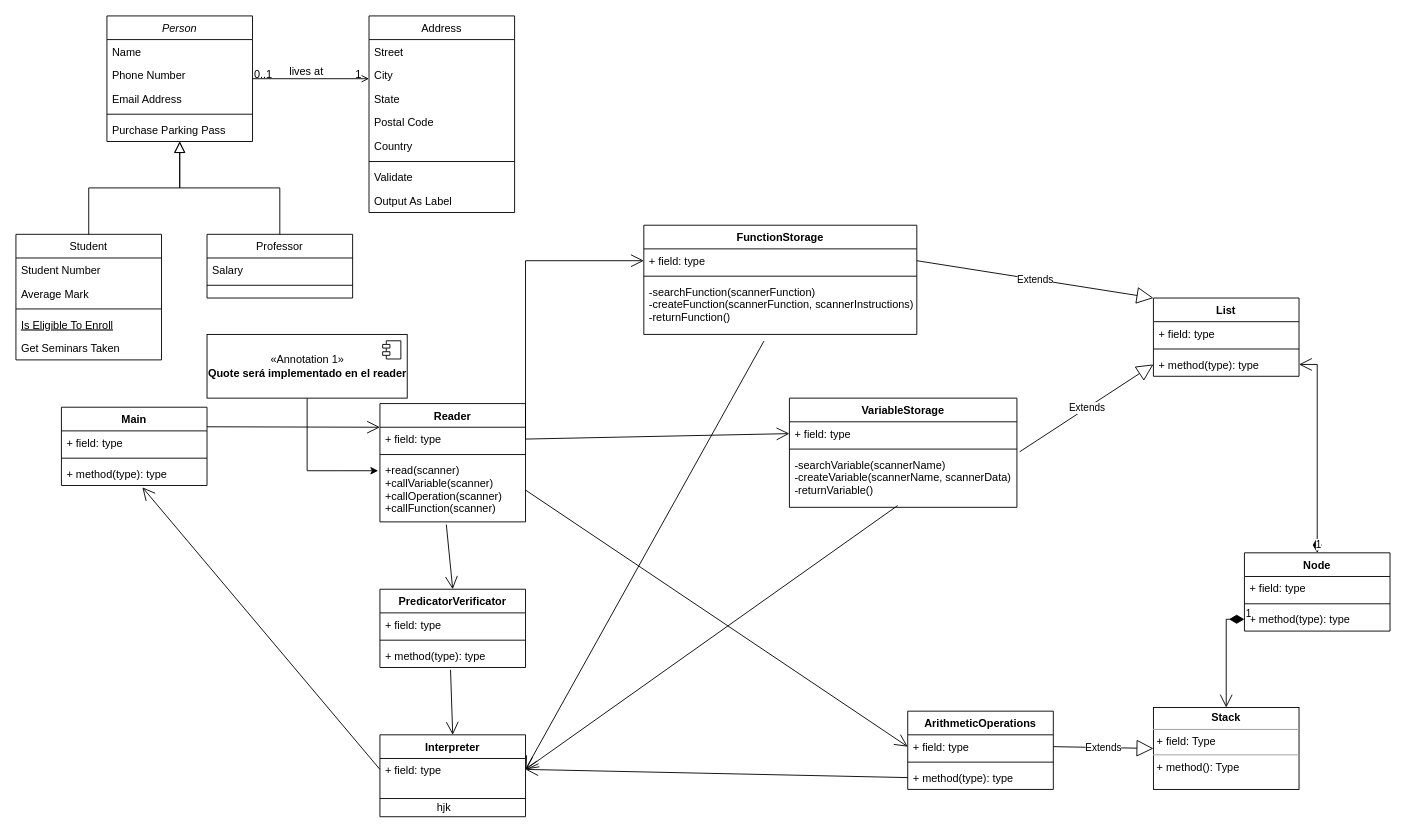
The draw.io diagram Untitled Diagram.drawio in DiggsPapu/Proyect1_Lisp_Interpreter, before the edit. Source tidied: cells renumbered, new cells numbered last; positions are measured from the earlier drawing's top-left corner, leaving out a move shared by most shapes. Both pictures are drawn from the tidied source at 91%, with x=0, y=0 at pixel (15, 15).
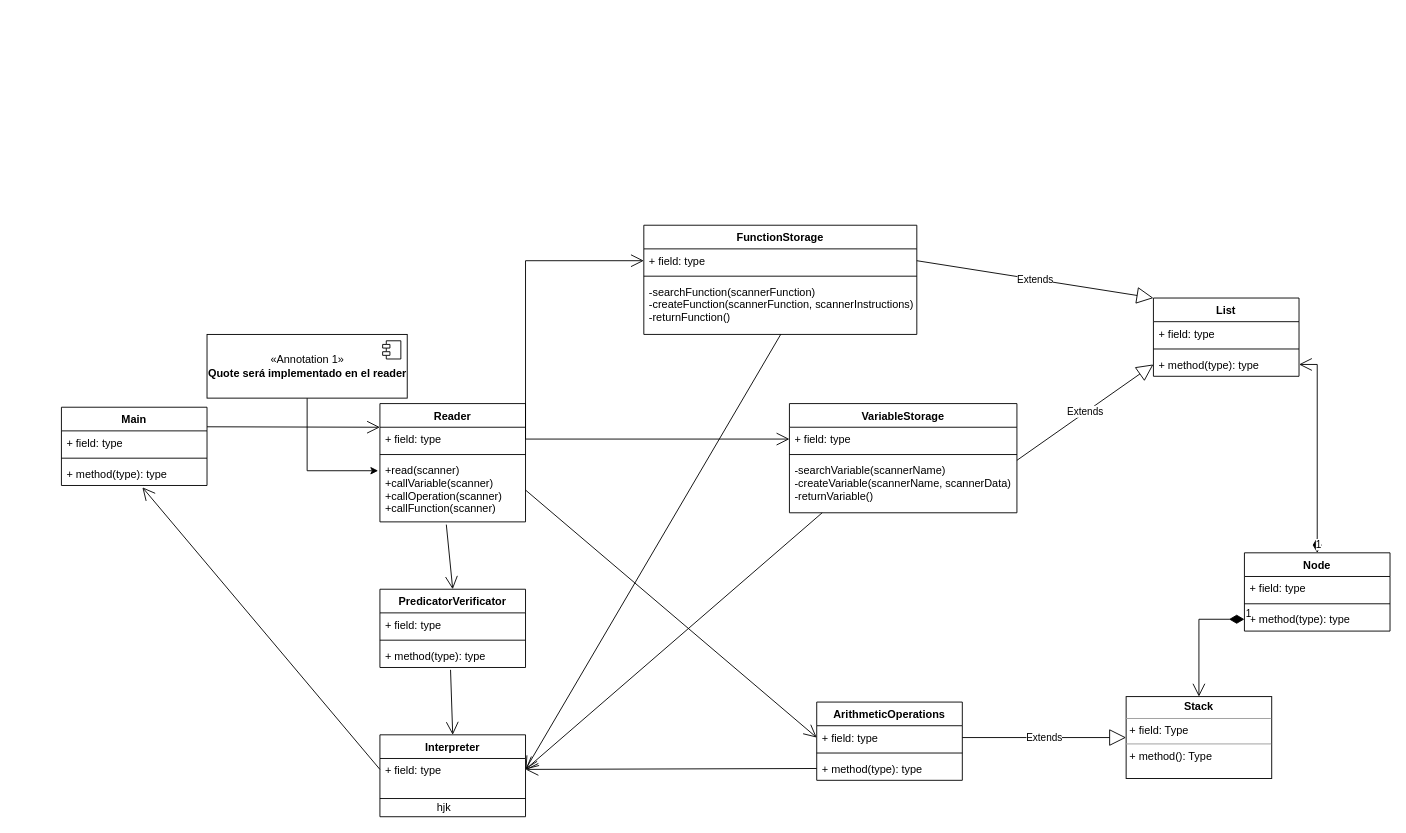
After the change.

Unchanged cells that the change refers to:
```xml
<mxCell id="44" value="-searchVariable(scannerName)&#10;-createVariable(scannerName, scannerData)&#10;-returnVariable()" style="text;strokeColor=none;fillColor=none;align=left;verticalAlign=top;spacingLeft=4;spacingRight=4;overflow=hidden;points=[[0,0.5],[1,0.5]];portConstraint=eastwest;" parent="41" vertex="1">
  <mxGeometry y="60" width="250" height="60" as="geometry" />
</mxCell>
<mxCell id="50" value="+ field: type" style="text;strokeColor=none;fillColor=none;align=left;verticalAlign=top;spacingLeft=4;spacingRight=4;overflow=hidden;points=[[0,0.5],[1,0.5]];portConstraint=eastwest;" parent="49" vertex="1">
  <mxGeometry y="26" width="160" height="24" as="geometry" />
</mxCell>
<mxCell id="59" value="+ method(type): type" style="text;strokeColor=none;fillColor=none;align=left;verticalAlign=top;spacingLeft=4;spacingRight=4;overflow=hidden;points=[[0,0.5],[1,0.5]];portConstraint=eastwest;" parent="56" vertex="1">
  <mxGeometry y="60" width="160" height="26" as="geometry" />
</mxCell>
<mxCell id="85" value="-searchFunction(scannerFunction)&#10;-createFunction(scannerFunction, scannerInstructions)&#10;-returnFunction()" style="text;strokeColor=none;fillColor=none;align=left;verticalAlign=top;spacingLeft=4;spacingRight=4;overflow=hidden;points=[[0,0.5],[1,0.5]];portConstraint=eastwest;" parent="82" vertex="1">
  <mxGeometry y="60" width="300" height="60" as="geometry" />
</mxCell>
```

Diff of the diagram source:
```diff
@@
-    <mxCell id="2" value="Person" style="swimlane;fontStyle=2;align=center;verticalAlign=top;horizontal=1;startSize=26;rounded=0;shadow=0;strokeWidth=1;" parent="1" vertex="1">
-      <mxGeometry x="100" width="160" height="138" as="geometry" />
-    </mxCell>
-    <mxCell id="3" value="Name" style="text;align=left;verticalAlign=top;spacingLeft=4;spacingRight=4;overflow=hidden;" parent="2" vertex="1">
-      <mxGeometry y="26" width="160" height="26" as="geometry" />
-    </mxCell>
-    <mxCell id="4" value="Phone Number" style="text;align=left;verticalAlign=top;spacingLeft=4;spacingRight=4;overflow=hidden;rounded=0;shadow=0;html=0;" parent="2" vertex="1">
-      <mxGeometry y="52" width="160" height="26" as="geometry" />
-    </mxCell>
-    <mxCell id="5" value="Email Address" style="text;align=left;verticalAlign=top;spacingLeft=4;spacingRight=4;overflow=hidden;rounded=0;shadow=0;html=0;" parent="2" vertex="1">
-      <mxGeometry y="78" width="160" height="26" as="geometry" />
-    </mxCell>
-    <mxCell id="6" style="line;html=1;strokeWidth=1;align=left;verticalAlign=middle;spacingTop=-1;spacingLeft=3;spacingRight=3;labelPosition=right;" parent="2" vertex="1">
-      <mxGeometry y="104" width="160" height="8" as="geometry" />
-    </mxCell>
-    <mxCell id="7" value="Purchase Parking Pass" style="text;align=left;verticalAlign=top;spacingLeft=4;spacingRight=4;overflow=hidden;" parent="2" vertex="1">
-      <mxGeometry y="112" width="160" height="26" as="geometry" />
-    </mxCell>
-    <mxCell id="8" value="Student" style="swimlane;fontStyle=0;align=center;verticalAlign=top;horizontal=1;startSize=26;rounded=0;shadow=0;strokeWidth=1;" parent="1" vertex="1">
-      <mxGeometry y="240" width="160" height="138" as="geometry" />
-    </mxCell>
-    <mxCell id="9" value="Student Number" style="text;align=left;verticalAlign=top;spacingLeft=4;spacingRight=4;overflow=hidden;" parent="8" vertex="1">
-      <mxGeometry y="26" width="160" height="26" as="geometry" />
-    </mxCell>
-    <mxCell id="10" value="Average Mark" style="text;align=left;verticalAlign=top;spacingLeft=4;spacingRight=4;overflow=hidden;rounded=0;shadow=0;html=0;" parent="8" vertex="1">
-      <mxGeometry y="52" width="160" height="26" as="geometry" />
-    </mxCell>
-    <mxCell id="11" style="line;html=1;strokeWidth=1;align=left;verticalAlign=middle;spacingTop=-1;spacingLeft=3;spacingRight=3;labelPosition=right;" parent="8" vertex="1">
-      <mxGeometry y="78" width="160" height="8" as="geometry" />
-    </mxCell>
-    <mxCell id="12" value="Is Eligible To Enroll" style="text;align=left;verticalAlign=top;spacingLeft=4;spacingRight=4;overflow=hidden;fontStyle=4;" parent="8" vertex="1">
-      <mxGeometry y="86" width="160" height="26" as="geometry" />
-    </mxCell>
-    <mxCell id="13" value="Get Seminars Taken" style="text;align=left;verticalAlign=top;spacingLeft=4;spacingRight=4;overflow=hidden;" parent="8" vertex="1">
-      <mxGeometry y="112" width="160" height="26" as="geometry" />
-    </mxCell>
-    <mxCell id="14" style="endArrow=block;endSize=10;endFill=0;shadow=0;strokeWidth=1;rounded=0;edgeStyle=elbowEdgeStyle;elbow=vertical;" parent="1" edge="1" source="8" target="2">
-      <mxGeometry relative="1" as="geometry" />
-    </mxCell>
-    <mxCell id="15" value="Professor" style="swimlane;fontStyle=0;align=center;verticalAlign=top;horizontal=1;startSize=26;rounded=0;shadow=0;strokeWidth=1;" parent="1" vertex="1">
-      <mxGeometry x="210" y="240" width="160" height="70" as="geometry" />
-    </mxCell>
-    <mxCell id="16" value="Salary" style="text;align=left;verticalAlign=top;spacingLeft=4;spacingRight=4;overflow=hidden;" parent="15" vertex="1">
-      <mxGeometry y="26" width="160" height="26" as="geometry" />
-    </mxCell>
-    <mxCell id="17" style="line;html=1;strokeWidth=1;align=left;verticalAlign=middle;spacingTop=-1;spacingLeft=3;spacingRight=3;labelPosition=right;" parent="15" vertex="1">
-      <mxGeometry y="52" width="160" height="8" as="geometry" />
-    </mxCell>
-    <mxCell id="18" style="endArrow=block;endSize=10;endFill=0;shadow=0;strokeWidth=1;rounded=0;edgeStyle=elbowEdgeStyle;elbow=vertical;" parent="1" edge="1" source="15" target="2">
-      <mxGeometry relative="1" as="geometry" />
-    </mxCell>
-    <mxCell id="19" value="Address" style="swimlane;fontStyle=0;align=center;verticalAlign=top;horizontal=1;startSize=26;rounded=0;shadow=0;strokeWidth=1;" parent="1" vertex="1">
-      <mxGeometry x="388" width="160" height="216" as="geometry" />
-    </mxCell>
-    <mxCell id="20" value="Street" style="text;align=left;verticalAlign=top;spacingLeft=4;spacingRight=4;overflow=hidden;" parent="19" vertex="1">
-      <mxGeometry y="26" width="160" height="26" as="geometry" />
-    </mxCell>
-    <mxCell id="21" value="City" style="text;align=left;verticalAlign=top;spacingLeft=4;spacingRight=4;overflow=hidden;rounded=0;shadow=0;html=0;" parent="19" vertex="1">
-      <mxGeometry y="52" width="160" height="26" as="geometry" />
-    </mxCell>
-    <mxCell id="22" value="State" style="text;align=left;verticalAlign=top;spacingLeft=4;spacingRight=4;overflow=hidden;rounded=0;shadow=0;html=0;" parent="19" vertex="1">
-      <mxGeometry y="78" width="160" height="26" as="geometry" />
-    </mxCell>
-    <mxCell id="23" value="Postal Code" style="text;align=left;verticalAlign=top;spacingLeft=4;spacingRight=4;overflow=hidden;rounded=0;shadow=0;html=0;" parent="19" vertex="1">
-      <mxGeometry y="104" width="160" height="26" as="geometry" />
-    </mxCell>
-    <mxCell id="24" value="Country" style="text;align=left;verticalAlign=top;spacingLeft=4;spacingRight=4;overflow=hidden;rounded=0;shadow=0;html=0;" parent="19" vertex="1">
-      <mxGeometry y="130" width="160" height="26" as="geometry" />
-    </mxCell>
-    <mxCell id="25" style="line;html=1;strokeWidth=1;align=left;verticalAlign=middle;spacingTop=-1;spacingLeft=3;spacingRight=3;labelPosition=right;" parent="19" vertex="1">
-      <mxGeometry y="156" width="160" height="8" as="geometry" />
-    </mxCell>
-    <mxCell id="26" value="Validate" style="text;align=left;verticalAlign=top;spacingLeft=4;spacingRight=4;overflow=hidden;" parent="19" vertex="1">
-      <mxGeometry y="164" width="160" height="26" as="geometry" />
-    </mxCell>
-    <mxCell id="27" value="Output As Label" style="text;align=left;verticalAlign=top;spacingLeft=4;spacingRight=4;overflow=hidden;" parent="19" vertex="1">
-      <mxGeometry y="190" width="160" height="26" as="geometry" />
-    </mxCell>
-    <mxCell id="28" style="endArrow=open;shadow=0;strokeWidth=1;rounded=0;endFill=1;edgeStyle=elbowEdgeStyle;elbow=vertical;" parent="1" edge="1" source="2" target="19">
-      <mxGeometry x="0.5" y="41" relative="1" as="geometry">
-        <mxPoint x="-40" y="32" as="offset" />
-      </mxGeometry>
-    </mxCell>
-    <mxCell id="29" value="0..1" style="align=left;verticalAlign=bottom;labelBackgroundColor=none;fontSize=12;" parent="28" vertex="1">
-      <mxGeometry x="-1" relative="1" as="geometry">
-        <mxPoint y="4" as="offset" />
-      </mxGeometry>
-    </mxCell>
-    <mxCell id="30" value="1" style="align=right;verticalAlign=bottom;labelBackgroundColor=none;fontSize=12;" parent="28" vertex="1">
-      <mxGeometry x="1" relative="1" as="geometry">
-        <mxPoint x="-7" y="4" as="offset" />
-      </mxGeometry>
-    </mxCell>
-    <mxCell id="31" value="lives at" style="text;html=1;align=center;verticalAlign=middle;labelBackgroundColor=none;rounded=0;shadow=0;strokeWidth=1;fontSize=12;" parent="28" vertex="1">
-      <mxGeometry x="0.5" y="49" relative="1" as="geometry">
-        <mxPoint x="-38" y="40" as="offset" />
-      </mxGeometry>
-    </mxCell>
@@
     <mxCell id="41" value="VariableStorage" style="swimlane;fontStyle=1;align=center;verticalAlign=top;horizontal=1;startSize=26;" parent="1" vertex="1">
-      <mxGeometry x="850" y="420" width="250" height="120" as="geometry" />
+      <mxGeometry x="850" y="426" width="250" height="120" as="geometry" />
     </mxCell>
@@
     <mxCell id="45" value="ArithmeticOperations" style="swimlane;fontStyle=1;align=center;verticalAlign=top;horizontal=1;startSize=26;" parent="1" vertex="1">
-      <mxGeometry x="980" y="764" width="160" height="86" as="geometry" />
+      <mxGeometry x="880" y="754" width="160" height="86" as="geometry" />
     </mxCell>
@@
-    <mxCell id="61" value="Extends" style="endArrow=block;endSize=16;endFill=0;html=1;rounded=0;exitX=1.012;exitY=-0.017;exitDx=0;exitDy=0;exitPerimeter=0;entryX=0;entryY=0.5;entryDx=0;entryDy=0;" parent="1" edge="1" source="44" target="59">
+    <mxCell id="61" value="Extends" style="endArrow=block;endSize=16;endFill=0;html=1;rounded=0;exitX=1;exitY=0.039;exitDx=0;exitDy=0;exitPerimeter=0;entryX=0;entryY=0.5;entryDx=0;entryDy=0;" parent="1" edge="1" source="44" target="59">
       <mxGeometry relative="1" as="geometry" />
     </mxCell>
@@
     <mxCell id="70" value="&lt;p style=&quot;margin: 0px ; margin-top: 4px ; text-align: center&quot;&gt;&lt;b&gt;Stack&lt;/b&gt;&lt;/p&gt;&lt;hr size=&quot;1&quot;&gt;&lt;p style=&quot;margin: 0px ; margin-left: 4px&quot;&gt;+ field: Type&lt;/p&gt;&lt;hr size=&quot;1&quot;&gt;&lt;p style=&quot;margin: 0px ; margin-left: 4px&quot;&gt;+ method(): Type&lt;/p&gt;" style="verticalAlign=top;align=left;overflow=fill;fontSize=12;fontFamily=Helvetica;html=1;" parent="1" vertex="1">
-      <mxGeometry x="1250" y="760" width="160" height="90" as="geometry" />
+      <mxGeometry x="1220" y="748" width="160" height="90" as="geometry" />
     </mxCell>
@@
-    <mxCell id="77" style="endArrow=open;endFill=1;endSize=12;html=1;rounded=0;entryX=1;entryY=0.5;entryDx=0;entryDy=0;exitX=0.476;exitY=0.967;exitDx=0;exitDy=0;exitPerimeter=0;" parent="1" edge="1" source="44" target="50">
+    <mxCell id="77" style="endArrow=open;endFill=1;endSize=12;html=1;rounded=0;entryX=1;entryY=0.5;entryDx=0;entryDy=0;exitX=0.144;exitY=1;exitDx=0;exitDy=0;exitPerimeter=0;" parent="1" edge="1" source="44" target="50">
       <mxGeometry relative="1" as="geometry" />
     </mxCell>
-    <mxCell id="78" style="endArrow=open;endFill=1;endSize=12;html=1;rounded=0;entryX=1;entryY=0.5;entryDx=0;entryDy=0;exitX=0.44;exitY=1.122;exitDx=0;exitDy=0;exitPerimeter=0;" parent="1" edge="1" source="85" target="50">
+    <mxCell id="78" style="endArrow=open;endFill=1;endSize=12;html=1;rounded=0;entryX=1;entryY=0.5;entryDx=0;entryDy=0;exitX=0.502;exitY=0.995;exitDx=0;exitDy=0;exitPerimeter=0;" parent="1" edge="1" source="85" target="50">
       <mxGeometry relative="1" as="geometry" />
     </mxCell>
```
